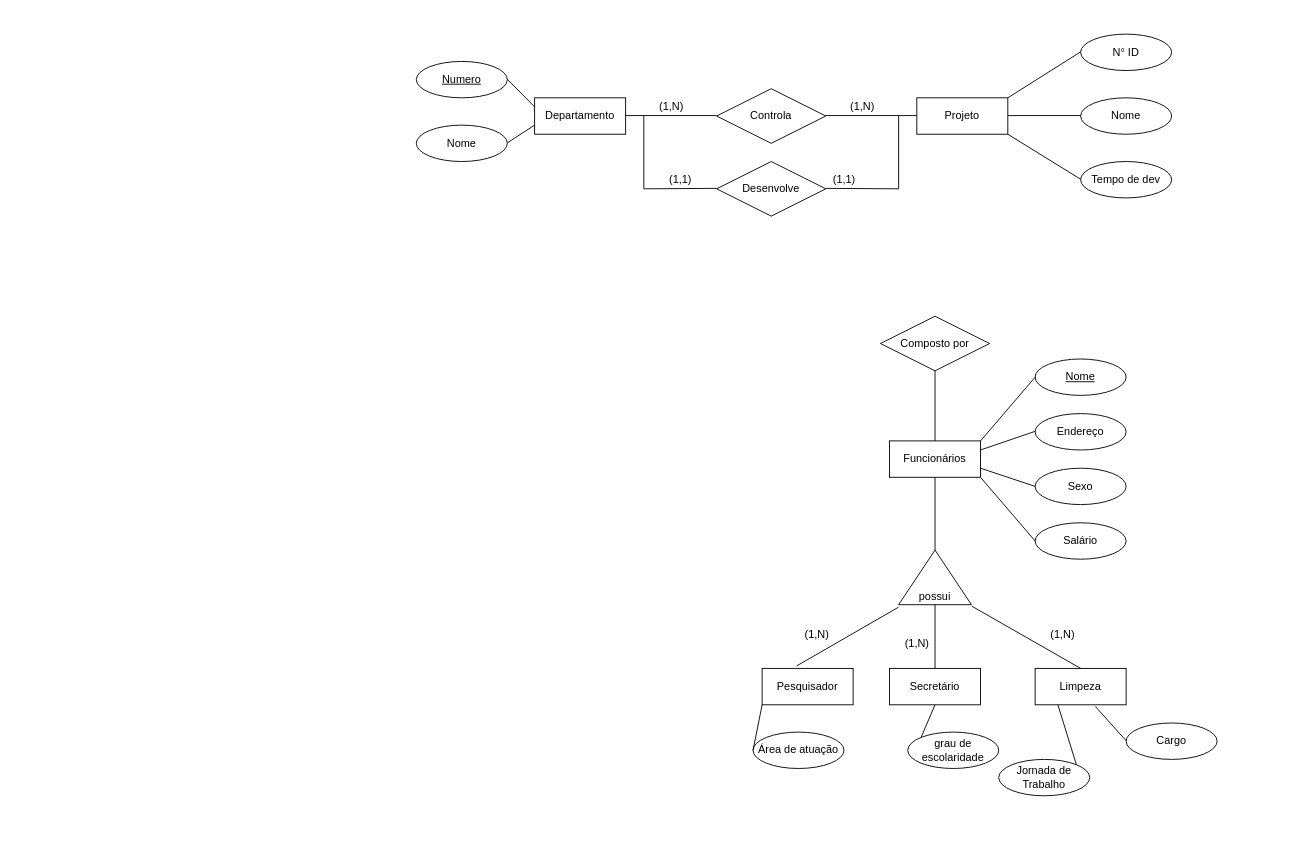
This is Questao2.drawio from AkowsS/Diagrama-Entidade-Relacionamento, a draw.io file, before an edit. Source tidied: cells renumbered, new cells numbered last; positions are measured from the earlier drawing's top-left corner, leaving out a move shared by most shapes. Both pictures are drawn from the tidied source at 91%, with x=0, y=0 at pixel (416, 34).
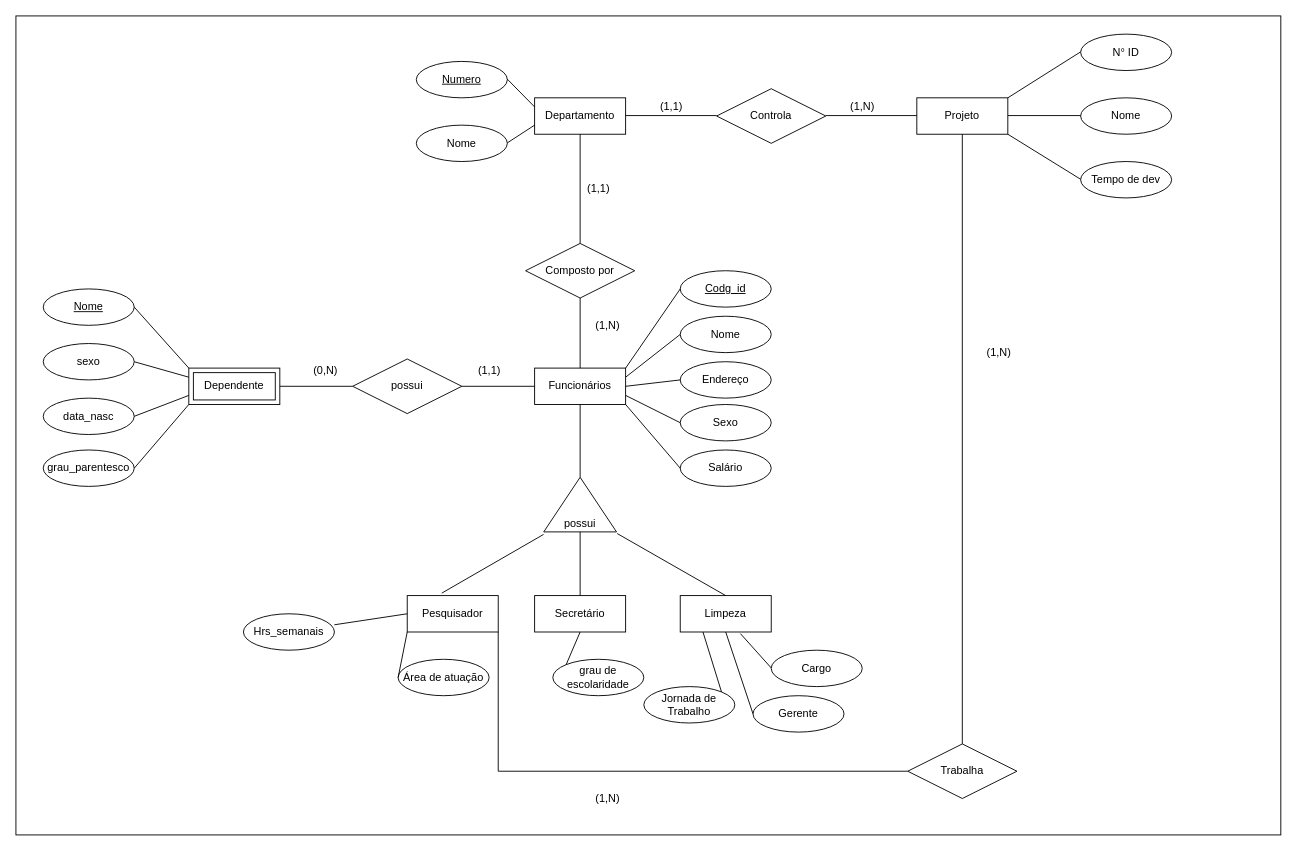
After the change.

The change refers to these unchanged cells:
```xml
<mxCell id="2" value="Departamento" style="whiteSpace=wrap;html=1;align=center;" parent="1" vertex="1">
  <mxGeometry x="130" y="70" width="100" height="40" as="geometry" />
</mxCell>
<mxCell id="7" value="Projeto" style="whiteSpace=wrap;html=1;align=center;" parent="1" vertex="1">
  <mxGeometry x="550" y="70" width="100" height="40" as="geometry" />
</mxCell>
```

What changed in the source:
```diff
@@
+    <mxCell id="54" style="whiteSpace=wrap;html=1;" parent="1" vertex="1">
+      <mxGeometry x="-440" y="-20" width="1390" height="900" as="geometry" />
+    </mxCell>
@@
-    <mxCell id="18" value="(1,N)" style="text;html=1;align=center;verticalAlign=middle;strokeColor=none;" parent="1" vertex="1">
+    <mxCell id="18" value="(1,1)" style="text;html=1;align=center;verticalAlign=middle;strokeColor=none;" parent="1" vertex="1">
       <mxGeometry x="260" y="70" width="40" height="20" as="geometry" />
     </mxCell>
-    <mxCell id="19" value="Desenvolve" style="shape=rhombus;perimeter=rhombusPerimeter;whiteSpace=wrap;html=1;align=center;" parent="1" vertex="1">
-      <mxGeometry x="330" y="140" width="120" height="60" as="geometry" />
-    </mxCell>
-    <mxCell id="20" style="endArrow=none;html=1;rounded=0;" parent="1" edge="1">
-      <mxGeometry relative="1" as="geometry">
-        <mxPoint x="250" y="90" as="sourcePoint" />
-        <mxPoint x="330" y="169.5" as="targetPoint" />
-        <Array as="points">
-          <mxPoint x="250" y="170" />
-        </Array>
-      </mxGeometry>
-    </mxCell>
-    <mxCell id="21" style="endArrow=none;html=1;rounded=0;" parent="1" edge="1">
-      <mxGeometry relative="1" as="geometry">
-        <mxPoint x="450" y="169.5" as="sourcePoint" />
-        <mxPoint x="530" y="90" as="targetPoint" />
-        <Array as="points">
-          <mxPoint x="530" y="170" />
-        </Array>
-      </mxGeometry>
-    </mxCell>
-    <mxCell id="22" value="(1,1)" style="text;html=1;align=center;verticalAlign=middle;strokeColor=none;" parent="1" vertex="1">
-      <mxGeometry x="270" y="150" width="40" height="20" as="geometry" />
-    </mxCell>
-    <mxCell id="23" value="(1,1)" style="text;html=1;align=center;verticalAlign=middle;strokeColor=none;" parent="1" vertex="1">
-      <mxGeometry x="450" y="150" width="40" height="20" as="geometry" />
-    </mxCell>
     <mxCell id="24" value="Secretário" style="whiteSpace=wrap;html=1;align=center;" parent="1" vertex="1">
-      <mxGeometry x="520" y="697" width="100" height="40" as="geometry" />
+      <mxGeometry x="130" y="617" width="100" height="40" as="geometry" />
     </mxCell>
     <mxCell id="25" value="Pesquisador" style="whiteSpace=wrap;html=1;align=center;" parent="1" vertex="1">
-      <mxGeometry x="380" y="697" width="100" height="40" as="geometry" />
+      <mxGeometry x="-10" y="617" width="100" height="40" as="geometry" />
     </mxCell>
     <mxCell id="26" value="Limpeza" style="whiteSpace=wrap;html=1;align=center;" parent="1" vertex="1">
-      <mxGeometry x="680" y="697" width="100" height="40" as="geometry" />
+      <mxGeometry x="290" y="617" width="100" height="40" as="geometry" />
     </mxCell>
     <mxCell id="27" value="Composto por" style="shape=rhombus;perimeter=rhombusPerimeter;whiteSpace=wrap;html=1;align=center;" parent="1" vertex="1">
-      <mxGeometry x="510" y="310" width="120" height="60" as="geometry" />
+      <mxGeometry x="120" y="230" width="120" height="60" as="geometry" />
     </mxCell>
-    <mxCell id="28" value="Endereço" style="ellipse;whiteSpace=wrap;html=1;align=center;" parent="1" vertex="1">
-      <mxGeometry x="680" y="417" width="100" height="40" as="geometry" />
+    <mxCell id="28" value="Nome" style="ellipse;whiteSpace=wrap;html=1;align=center;" parent="1" vertex="1">
+      <mxGeometry x="290" y="310" width="100" height="40" as="geometry" />
     </mxCell>
-    <mxCell id="29" value="Nome" style="ellipse;whiteSpace=wrap;html=1;align=center;fontStyle=4;" parent="1" vertex="1">
-      <mxGeometry x="680" y="357" width="100" height="40" as="geometry" />
+    <mxCell id="29" value="Codg_id" style="ellipse;whiteSpace=wrap;html=1;align=center;fontStyle=4;" parent="1" vertex="1">
+      <mxGeometry x="290" y="260" width="100" height="40" as="geometry" />
     </mxCell>
     <mxCell id="30" value="Sexo" style="ellipse;whiteSpace=wrap;html=1;align=center;" parent="1" vertex="1">
-      <mxGeometry x="680" y="477" width="100" height="40" as="geometry" />
+      <mxGeometry x="290" y="407" width="100" height="40" as="geometry" />
     </mxCell>
     <mxCell id="31" value="Salário" style="ellipse;whiteSpace=wrap;html=1;align=center;" parent="1" vertex="1">
-      <mxGeometry x="680" y="537" width="100" height="40" as="geometry" />
+      <mxGeometry x="290" y="457" width="100" height="40" as="geometry" />
     </mxCell>
     <mxCell id="32" value="Área de atuação" style="ellipse;whiteSpace=wrap;html=1;align=center;" parent="1" vertex="1">
-      <mxGeometry x="370" y="767" width="100" height="40" as="geometry" />
+      <mxGeometry x="-20" y="687" width="100" height="40" as="geometry" />
     </mxCell>
-    <mxCell id="33" style="endArrow=none;html=1;rounded=0;exitX=1;exitY=0;exitDx=0;exitDy=0;" parent="1" edge="1">
+    <mxCell id="33" style="endArrow=none;html=1;rounded=0;exitX=1;exitY=0;exitDx=0;exitDy=0;entryX=0;entryY=0.5;entryDx=0;entryDy=0;" parent="1" edge="1" target="29">
       <mxGeometry relative="1" as="geometry">
-        <mxPoint x="620" y="447" as="sourcePoint" />
-        <mxPoint x="680" y="377" as="targetPoint" />
+        <mxPoint x="230" y="367" as="sourcePoint" />
       </mxGeometry>
     </mxCell>
     <mxCell id="34" style="endArrow=none;html=1;rounded=0;exitX=1;exitY=1;exitDx=0;exitDy=0;" parent="1" edge="1">
       <mxGeometry relative="1" as="geometry">
-        <mxPoint x="620" y="487" as="sourcePoint" />
-        <mxPoint x="680" y="557" as="targetPoint" />
+        <mxPoint x="230" y="407" as="sourcePoint" />
+        <mxPoint x="290" y="477" as="targetPoint" />
       </mxGeometry>
     </mxCell>
-    <mxCell id="35" style="endArrow=none;html=1;rounded=0;exitX=1;exitY=0.75;exitDx=0;exitDy=0;" parent="1" edge="1">
+    <mxCell id="35" style="endArrow=none;html=1;rounded=0;exitX=1;exitY=0.75;exitDx=0;exitDy=0;entryX=0;entryY=0.5;entryDx=0;entryDy=0;" parent="1" edge="1" target="30">
       <mxGeometry relative="1" as="geometry">
-        <mxPoint x="620" y="477" as="sourcePoint" />
-        <mxPoint x="680" y="497" as="targetPoint" />
+        <mxPoint x="230" y="397" as="sourcePoint" />
       </mxGeometry>
     </mxCell>
-    <mxCell id="36" style="endArrow=none;html=1;rounded=0;exitX=1;exitY=0.25;exitDx=0;exitDy=0;" parent="1" edge="1">
+    <mxCell id="36" style="endArrow=none;html=1;rounded=0;exitX=1;exitY=0.25;exitDx=0;exitDy=0;entryX=0;entryY=0.5;entryDx=0;entryDy=0;" parent="1" edge="1" target="28">
       <mxGeometry relative="1" as="geometry">
-        <mxPoint x="620" y="457" as="sourcePoint" />
-        <mxPoint x="680" y="436.5" as="targetPoint" />
+        <mxPoint x="230" y="377" as="sourcePoint" />
       </mxGeometry>
     </mxCell>
@@
     <mxCell id="38" value="grau de escolaridade" style="ellipse;whiteSpace=wrap;html=1;align=center;" parent="1" vertex="1">
-      <mxGeometry x="540" y="767" width="100" height="40" as="geometry" />
+      <mxGeometry x="150" y="687" width="100" height="40" as="geometry" />
     </mxCell>
     <mxCell id="39" value="Cargo" style="ellipse;whiteSpace=wrap;html=1;align=center;" parent="1" vertex="1">
-      <mxGeometry x="780" y="757" width="100" height="40" as="geometry" />
+      <mxGeometry x="390" y="677" width="100" height="40" as="geometry" />
     </mxCell>
     <mxCell id="40" value="Jornada de Trabalho" style="ellipse;whiteSpace=wrap;html=1;align=center;" parent="1" vertex="1">
-      <mxGeometry x="640" y="797" width="100" height="40" as="geometry" />
+      <mxGeometry x="250" y="717" width="100" height="40" as="geometry" />
     </mxCell>
@@
     <mxCell id="42" style="endArrow=none;html=1;rounded=0;exitX=0.662;exitY=1.046;exitDx=0;exitDy=0;exitPerimeter=0;" parent="1" edge="1" source="26">
       <mxGeometry relative="1" as="geometry">
-        <mxPoint x="780" y="776.5" as="targetPoint" />
+        <mxPoint x="390" y="696.5" as="targetPoint" />
       </mxGeometry>
     </mxCell>
     <mxCell id="43" value="possui" style="triangle;whiteSpace=wrap;html=1;direction=north;verticalAlign=bottom;" parent="1" vertex="1">
-      <mxGeometry x="530" y="567" width="80" height="60" as="geometry" />
+      <mxGeometry x="140" y="487" width="80" height="60" as="geometry" />
     </mxCell>
     <mxCell id="44" value="Funcionários" style="whiteSpace=wrap;html=1;align=center;" parent="1" vertex="1">
-      <mxGeometry x="520" y="447" width="100" height="40" as="geometry" />
+      <mxGeometry x="130" y="367" width="100" height="40" as="geometry" />
     </mxCell>
@@
     <mxCell id="49" style="endArrow=none;html=1;rounded=0;exitX=0.5;exitY=1;exitDx=0;exitDy=0;" parent="1" edge="1" source="44">
       <mxGeometry relative="1" as="geometry">
-        <mxPoint x="570" y="567" as="targetPoint" />
+        <mxPoint x="180" y="487" as="targetPoint" />
       </mxGeometry>
     </mxCell>
-    <mxCell id="50" value="(1,N)" style="text;html=1;align=center;verticalAlign=middle;strokeColor=none;" parent="1" vertex="1">
-      <mxGeometry x="420" y="650" width="40" height="20" as="geometry" />
-    </mxCell>
-    <mxCell id="51" value="(1,N)" style="text;html=1;align=center;verticalAlign=middle;strokeColor=none;" parent="1" vertex="1">
-      <mxGeometry x="530" y="660" width="40" height="20" as="geometry" />
-    </mxCell>
-    <mxCell id="52" value="(1,N)" style="text;html=1;align=center;verticalAlign=middle;strokeColor=none;" parent="1" vertex="1">
-      <mxGeometry x="690" y="650" width="40" height="20" as="geometry" />
-    </mxCell>
@@
+    <mxCell id="55" style="endArrow=none;html=1;rounded=0;exitX=0.5;exitY=1;exitDx=0;exitDy=0;entryX=0;entryY=0.5;entryDx=0;entryDy=0;" parent="1" edge="1" source="26" target="56">
+      <mxGeometry relative="1" as="geometry" />
+    </mxCell>
+    <mxCell id="56" value="Gerente" style="ellipse;whiteSpace=wrap;html=1;align=center;" parent="1" vertex="1">
+      <mxGeometry x="370" y="727" width="100" height="40" as="geometry" />
+    </mxCell>
+    <mxCell id="57" value="Endereço" style="ellipse;whiteSpace=wrap;html=1;align=center;" parent="1" vertex="1">
+      <mxGeometry x="290" y="360" width="100" height="40" as="geometry" />
+    </mxCell>
+    <mxCell id="58" style="endArrow=none;html=1;rounded=0;exitX=1;exitY=0.5;exitDx=0;exitDy=0;entryX=0;entryY=0.5;entryDx=0;entryDy=0;" parent="1" edge="1" source="44" target="57">
+      <mxGeometry relative="1" as="geometry" />
+    </mxCell>
+    <mxCell id="59" style="endArrow=none;html=1;rounded=0;entryX=0.5;entryY=0;entryDx=0;entryDy=0;exitX=0.5;exitY=1;exitDx=0;exitDy=0;" parent="1" edge="1" source="2" target="27">
+      <mxGeometry relative="1" as="geometry" />
+    </mxCell>
+    <mxCell id="60" value="(1,1)" style="text;html=1;align=center;verticalAlign=middle;strokeColor=none;" parent="1" vertex="1">
+      <mxGeometry x="180" y="160" width="40" height="20" as="geometry" />
+    </mxCell>
+    <mxCell id="61" value="(1,N)" style="text;html=1;align=center;verticalAlign=middle;strokeColor=none;" parent="1" vertex="1">
+      <mxGeometry x="190" y="310" width="40" height="20" as="geometry" />
+    </mxCell>
+    <mxCell id="62" style="endArrow=none;html=1;rounded=0;exitX=1;exitY=1;exitDx=0;exitDy=0;" parent="1" edge="1" source="25">
+      <mxGeometry relative="1" as="geometry">
+        <mxPoint x="540" y="810" as="targetPoint" />
+        <Array as="points">
+          <mxPoint x="90" y="810" />
+        </Array>
+      </mxGeometry>
+    </mxCell>
+    <mxCell id="63" value="Trabalha" style="shape=rhombus;perimeter=rhombusPerimeter;whiteSpace=wrap;html=1;align=center;" parent="1" vertex="1">
+      <mxGeometry x="540" y="780" width="120" height="60" as="geometry" />
+    </mxCell>
+    <mxCell id="64" style="endArrow=none;html=1;rounded=0;entryX=0.5;entryY=0;entryDx=0;entryDy=0;exitX=0.5;exitY=1;exitDx=0;exitDy=0;" parent="1" edge="1" source="7" target="63">
+      <mxGeometry relative="1" as="geometry" />
+    </mxCell>
+    <mxCell id="65" value="(1,N)" style="text;html=1;align=center;verticalAlign=middle;strokeColor=none;" parent="1" vertex="1">
+      <mxGeometry x="190" y="830" width="40" height="20" as="geometry" />
+    </mxCell>
+    <mxCell id="66" value="(1,N)" style="text;html=1;align=center;verticalAlign=middle;strokeColor=none;" parent="1" vertex="1">
+      <mxGeometry x="620" y="340" width="40" height="20" as="geometry" />
+    </mxCell>
+    <mxCell id="67" value="Hrs_semanais" style="ellipse;whiteSpace=wrap;html=1;align=center;" parent="1" vertex="1">
+      <mxGeometry x="-190" y="637" width="100" height="40" as="geometry" />
+    </mxCell>
+    <mxCell id="68" style="endArrow=none;html=1;rounded=0;entryX=0;entryY=0.5;entryDx=0;entryDy=0;exitX=0.999;exitY=0.302;exitDx=0;exitDy=0;exitPerimeter=0;" parent="1" edge="1" source="67" target="25">
+      <mxGeometry relative="1" as="geometry" />
+    </mxCell>
+    <mxCell id="69" value="Dependente" style="shape=ext;margin=3;double=1;whiteSpace=wrap;html=1;align=center;" parent="1" vertex="1">
+      <mxGeometry x="-250" y="367" width="100" height="40" as="geometry" />
+    </mxCell>
+    <mxCell id="70" value="Nome" style="ellipse;whiteSpace=wrap;html=1;align=center;fontStyle=4;" parent="1" vertex="1">
+      <mxGeometry x="-410" y="280" width="100" height="40" as="geometry" />
+    </mxCell>
+    <mxCell id="71" value="sexo" style="ellipse;whiteSpace=wrap;html=1;align=center;" parent="1" vertex="1">
+      <mxGeometry x="-410" y="340" width="100" height="40" as="geometry" />
+    </mxCell>
+    <mxCell id="72" value="data_nasc" style="ellipse;whiteSpace=wrap;html=1;align=center;" parent="1" vertex="1">
+      <mxGeometry x="-410" y="400" width="100" height="40" as="geometry" />
+    </mxCell>
+    <mxCell id="73" style="endArrow=none;html=1;rounded=0;exitX=1;exitY=0.5;exitDx=0;exitDy=0;entryX=0;entryY=0.75;entryDx=0;entryDy=0;" parent="1" edge="1" source="72" target="69">
+      <mxGeometry relative="1" as="geometry" />
+    </mxCell>
+    <mxCell id="74" style="endArrow=none;html=1;rounded=0;exitX=1;exitY=0.5;exitDx=0;exitDy=0;entryX=0;entryY=0.25;entryDx=0;entryDy=0;" parent="1" edge="1" source="71" target="69">
+      <mxGeometry relative="1" as="geometry" />
+    </mxCell>
+    <mxCell id="75" style="endArrow=none;html=1;rounded=0;exitX=1;exitY=0.5;exitDx=0;exitDy=0;entryX=0;entryY=0;entryDx=0;entryDy=0;" parent="1" edge="1" source="70" target="69">
+      <mxGeometry relative="1" as="geometry" />
+    </mxCell>
+    <mxCell id="76" value="possui" style="shape=rhombus;perimeter=rhombusPerimeter;whiteSpace=wrap;html=1;align=center;" parent="1" vertex="1">
+      <mxGeometry x="-70" y="357" width="120" height="60" as="geometry" />
+    </mxCell>
+    <mxCell id="77" style="endArrow=none;html=1;rounded=0;exitX=1;exitY=0.5;exitDx=0;exitDy=0;entryX=0;entryY=0.5;entryDx=0;entryDy=0;" parent="1" edge="1" source="69" target="76">
+      <mxGeometry relative="1" as="geometry" />
+    </mxCell>
+    <mxCell id="78" style="endArrow=none;html=1;rounded=0;entryX=0;entryY=0.5;entryDx=0;entryDy=0;exitX=1;exitY=0.5;exitDx=0;exitDy=0;" parent="1" edge="1" source="76" target="44">
+      <mxGeometry relative="1" as="geometry" />
+    </mxCell>
+    <mxCell id="79" value="(0,N)" style="text;html=1;align=center;verticalAlign=middle;strokeColor=none;" parent="1" vertex="1">
+      <mxGeometry x="-120" y="360" width="40" height="20" as="geometry" />
+    </mxCell>
+    <mxCell id="80" value="grau_parentesco" style="ellipse;whiteSpace=wrap;html=1;align=center;" parent="1" vertex="1">
+      <mxGeometry x="-410" y="457" width="100" height="40" as="geometry" />
+    </mxCell>
+    <mxCell id="81" style="endArrow=none;html=1;rounded=0;exitX=1;exitY=0.5;exitDx=0;exitDy=0;entryX=0;entryY=1;entryDx=0;entryDy=0;" parent="1" edge="1" source="80" target="69">
+      <mxGeometry relative="1" as="geometry" />
+    </mxCell>
+    <mxCell id="82" value="(1,1)" style="text;html=1;align=center;verticalAlign=middle;strokeColor=none;" parent="1" vertex="1">
+      <mxGeometry x="60" y="360" width="40" height="20" as="geometry" />
+    </mxCell>
```
